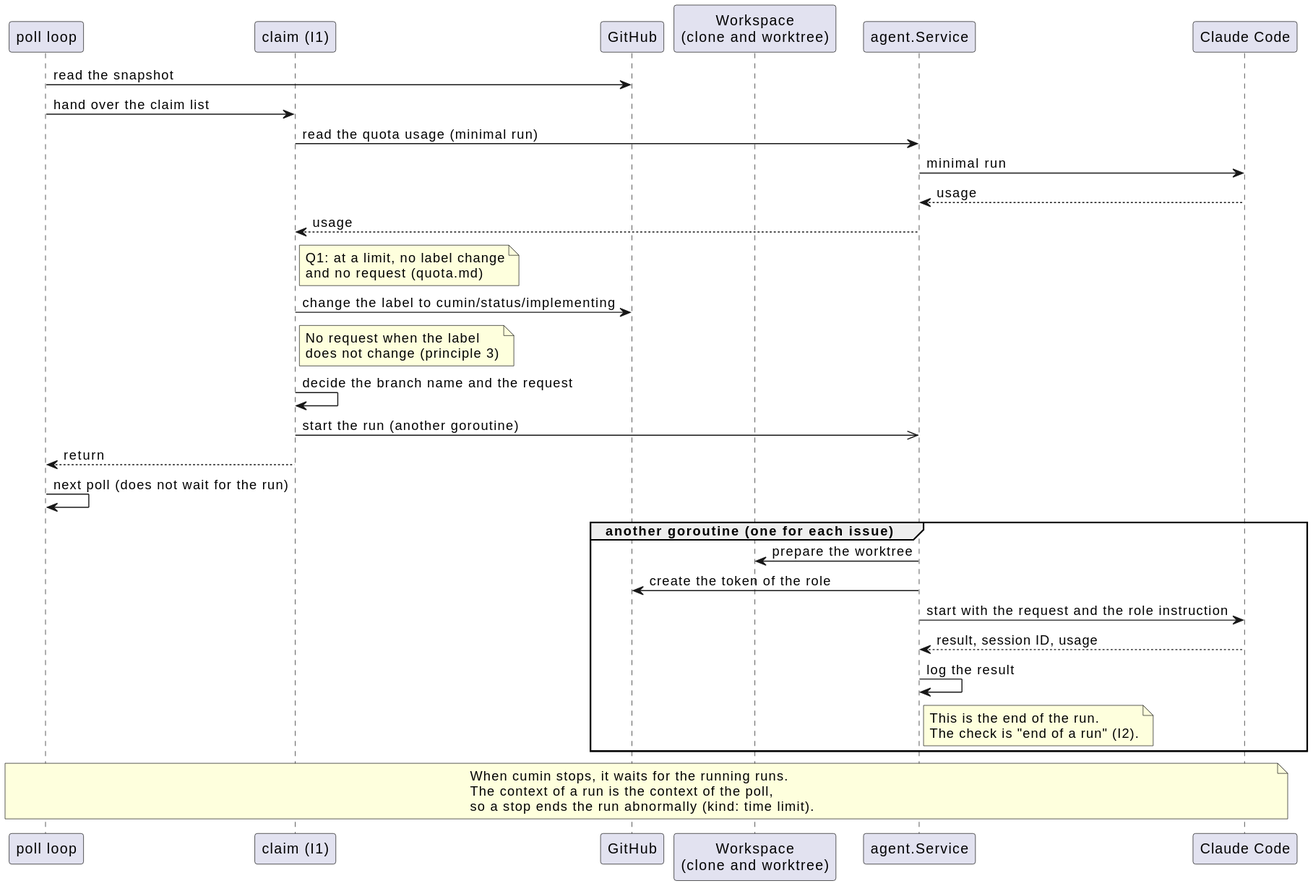
Above: docs/ja/designs/poll-start.svg in cloveclovedev/cumin-works (PlantUML), before the change. Source of this version:
```plantuml
@startuml
skinparam shadowing false
skinparam defaultFontName sans-serif

participant "poll loop" as poll
participant "claim (I1)" as claim
participant "GitHub" as gh
participant "Workspace\n(clone and worktree)" as ws
participant "agent.Service" as agents
participant "Claude Code" as cli

poll -> gh: read the snapshot
poll -> claim: hand over the claim list
claim -> agents: read the quota usage (minimal run)
agents -> cli: minimal run
cli --> agents: usage
agents --> claim: usage
note right of claim
  Q1: at a limit, no label change
  and no request (quota.md)
end note
claim -> gh: change the label to cumin/status/implementing
note right of claim
  No request when the label
  does not change (principle 3)
end note
claim -> claim: decide the branch name and the request
claim ->> agents: start the run (another goroutine)
claim --> poll: return
poll -> poll: next poll (does not wait for the run)

group another goroutine (one for each issue)
  agents -> ws: prepare the worktree
  agents -> gh: create the token of the role
  agents -> cli: start with the request and the role instruction
  cli --> agents: result, session ID, usage
  agents -> agents: log the result
  note right of agents
    This is the end of the run.
    The check is "end of a run" (I2).
  end note
end

note over poll, cli
  When cumin stops, it waits for the running runs.
  The context of a run is the context of the poll,
  so a stop ends the run abnormally (kind: time limit).
end note
@enduml
```
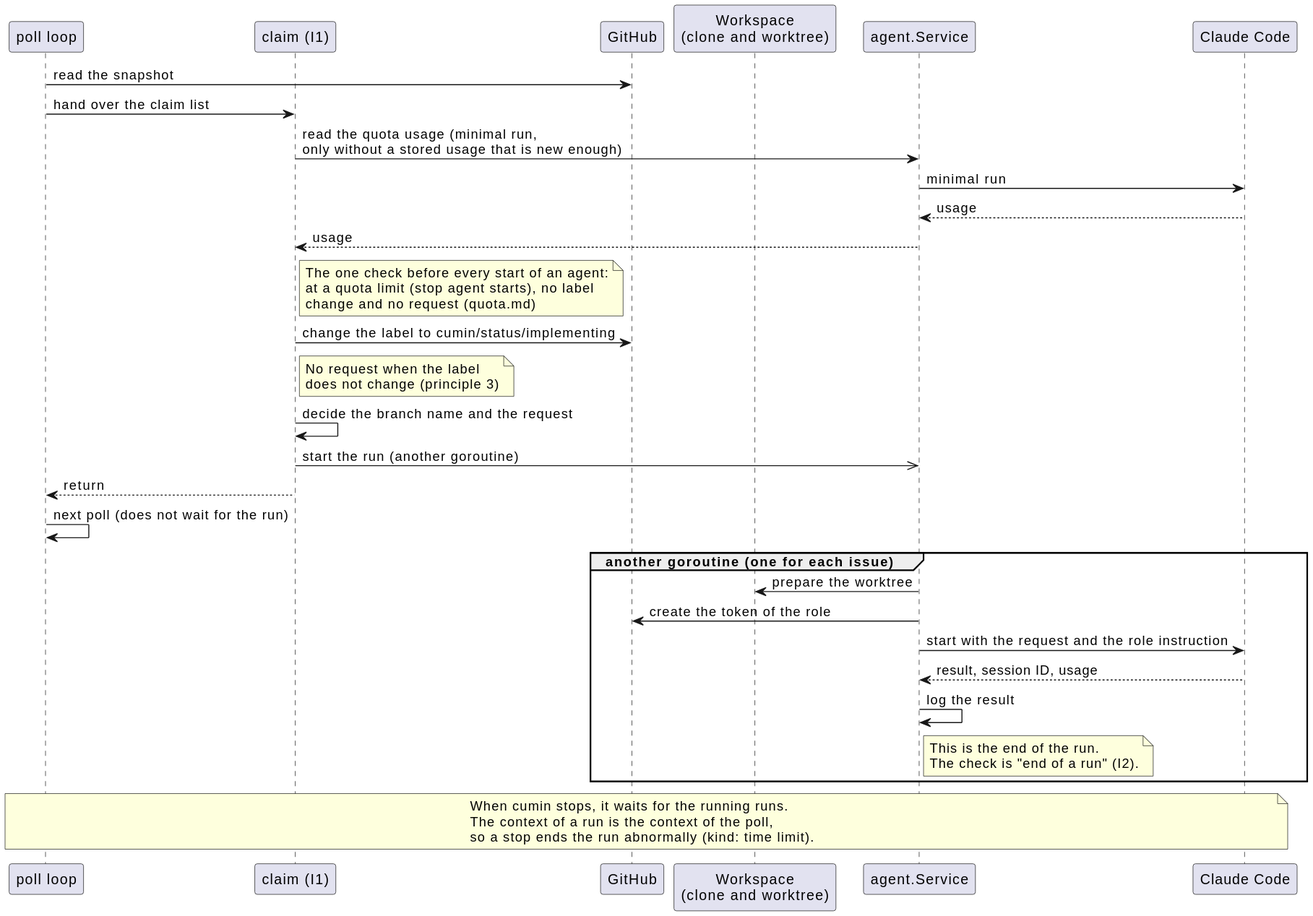
Later version of the same file.

Diff of the diagram source:
```diff
@@ -11,13 +11,14 @@
 
 poll -> gh: read the snapshot
 poll -> claim: hand over the claim list
-claim -> agents: read the quota usage (minimal run)
+claim -> agents: read the quota usage (minimal run,\nonly without a stored usage that is new enough)
 agents -> cli: minimal run
 cli --> agents: usage
 agents --> claim: usage
 note right of claim
-  Q1: at a limit, no label change
-  and no request (quota.md)
+  The one check before every start of an agent:
+  at a quota limit (stop agent starts), no label
+  change and no request (quota.md)
 end note
 claim -> gh: change the label to cumin/status/implementing
 note right of claim
```
